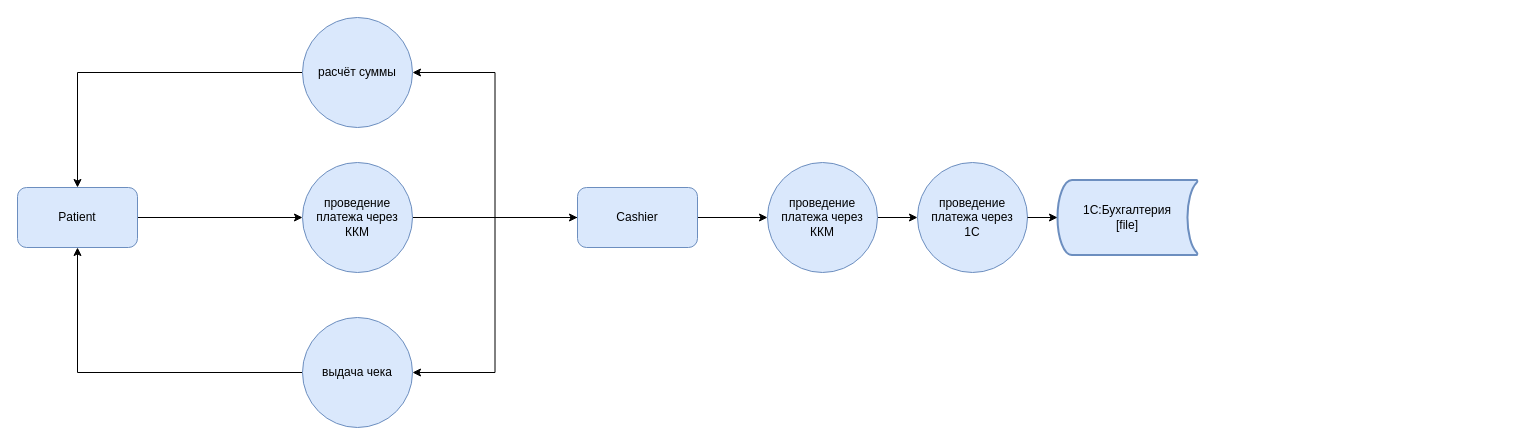
ilarion-panzhin/architecture-medikamente keeps this draw.io diagram as Task1/DFD_Cashier_Patient.drawio. Above is the earlier version. Source tidied: cells renumbered, new cells numbered last; positions are measured from the earlier drawing's top-left corner, leaving out a move shared by most shapes. Both pictures are drawn from the tidied source at 100%, with x=0, y=0 at pixel (17, 17).
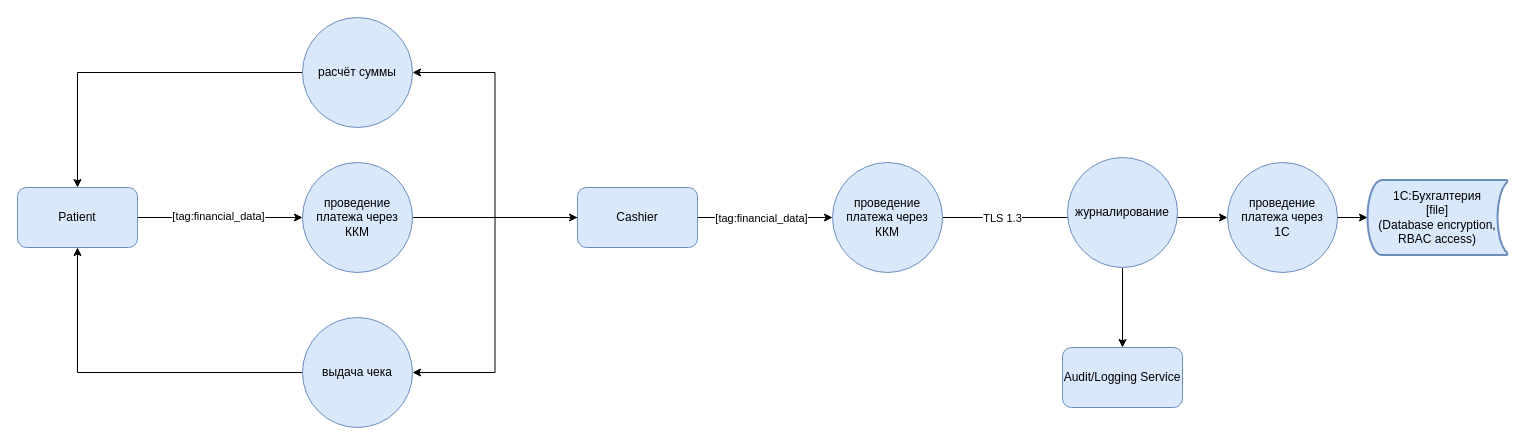
The same diagram, later.

The change refers to these unchanged cells:
```xml
<mxCell id="2" style="edgeStyle=orthogonalEdgeStyle;rounded=0;jettySize=auto;html=1;exitX=1;exitY=0.5;exitDx=0;exitDy=0;entryX=0;entryY=0.5;entryDx=0;entryDy=0;" parent="1" edge="1" source="3" target="11">
  <mxGeometry relative="1" as="geometry" />
</mxCell>
<mxCell id="6" style="edgeStyle=orthogonalEdgeStyle;rounded=0;jettySize=auto;html=1;entryX=0;entryY=0.5;entryDx=0;entryDy=0;" parent="1" edge="1" source="7" target="16">
  <mxGeometry relative="1" as="geometry" />
</mxCell>
```

What changed in the source:
```diff
@@
+    <mxCell id="19" value="[tag:financial_data]" style="edgeLabel;html=1;align=center;verticalAlign=middle;" parent="2" vertex="1">
+      <mxGeometry x="-0.03" y="2" relative="1" as="geometry" />
+    </mxCell>
@@
+    <mxCell id="20" value="[tag:financial_data]" style="edgeLabel;html=1;align=center;verticalAlign=middle;" parent="6" vertex="1">
+      <mxGeometry x="-0.06" y="-2" relative="1" as="geometry">
+        <mxPoint y="-2" as="offset" />
+      </mxGeometry>
+    </mxCell>
@@
-    <mxCell id="14" value="1С:Бухгалтерия&lt;div&gt;[file]&lt;br&gt;&lt;/div&gt;" style="strokeWidth=2;html=1;shape=mxgraph.flowchart.stored_data;whiteSpace=wrap;fillColor=#dae8fc;strokeColor=#6c8ebf;" parent="1" vertex="1">
-      <mxGeometry x="1040" y="162.5" width="140" height="75" as="geometry" />
+    <mxCell id="14" value="1С:Бухгалтерия&lt;div&gt;[file]&lt;br&gt;&lt;/div&gt;&lt;div&gt;(Database encryption, RBAC access)&lt;/div&gt;" style="strokeWidth=2;html=1;shape=mxgraph.flowchart.stored_data;whiteSpace=wrap;fillColor=#dae8fc;strokeColor=#6c8ebf;" parent="1" vertex="1">
+      <mxGeometry x="1350" y="162.5" width="140" height="75" as="geometry" />
     </mxCell>
-    <mxCell id="15" style="edgeStyle=orthogonalEdgeStyle;rounded=0;jettySize=auto;html=1;entryX=0;entryY=0.5;entryDx=0;entryDy=0;" parent="1" edge="1" source="16" target="17">
+    <mxCell id="15" style="edgeStyle=orthogonalEdgeStyle;rounded=0;jettySize=auto;html=1;entryX=0;entryY=0.5;entryDx=0;entryDy=0;exitX=1;exitY=0.5;exitDx=0;exitDy=0;" parent="1" edge="1" source="16" target="17">
       <mxGeometry relative="1" as="geometry" />
     </mxCell>
+    <mxCell id="21" value="TLS 1.3" style="edgeLabel;html=1;align=center;verticalAlign=middle;" parent="15" vertex="1">
+      <mxGeometry x="-0.08" y="3" relative="1" as="geometry">
+        <mxPoint x="-72" y="3" as="offset" />
+      </mxGeometry>
+    </mxCell>
     <mxCell id="16" value="проведение платежа через ККМ" style="ellipse;whiteSpace=wrap;html=1;fillColor=#dae8fc;strokeColor=#6c8ebf;" parent="1" vertex="1">
-      <mxGeometry x="750" y="145" width="110" height="110" as="geometry" />
+      <mxGeometry x="815" y="145" width="110" height="110" as="geometry" />
     </mxCell>
     <mxCell id="17" value="проведение платежа через&lt;div&gt;1C&lt;/div&gt;" style="ellipse;whiteSpace=wrap;html=1;fillColor=#dae8fc;strokeColor=#6c8ebf;" parent="1" vertex="1">
-      <mxGeometry x="900" y="145" width="110" height="110" as="geometry" />
+      <mxGeometry x="1210" y="145" width="110" height="110" as="geometry" />
     </mxCell>
@@
+    <mxCell id="22" value="&lt;span&gt;Audit/Logging Service&lt;/span&gt;" style="rounded=1;whiteSpace=wrap;html=1;fillColor=#dae8fc;strokeColor=#6c8ebf;" parent="1" vertex="1">
+      <mxGeometry x="1045" y="330" width="120" height="60" as="geometry" />
+    </mxCell>
+    <mxCell id="23" style="edgeStyle=orthogonalEdgeStyle;rounded=0;jettySize=auto;html=1;entryX=0.5;entryY=0;entryDx=0;entryDy=0;" parent="1" edge="1" source="24" target="22">
+      <mxGeometry relative="1" as="geometry" />
+    </mxCell>
+    <mxCell id="24" value="журналирование" style="ellipse;whiteSpace=wrap;html=1;fillColor=#dae8fc;strokeColor=#6c8ebf;" parent="1" vertex="1">
+      <mxGeometry x="1050" y="140" width="110" height="110" as="geometry" />
+    </mxCell>
```
